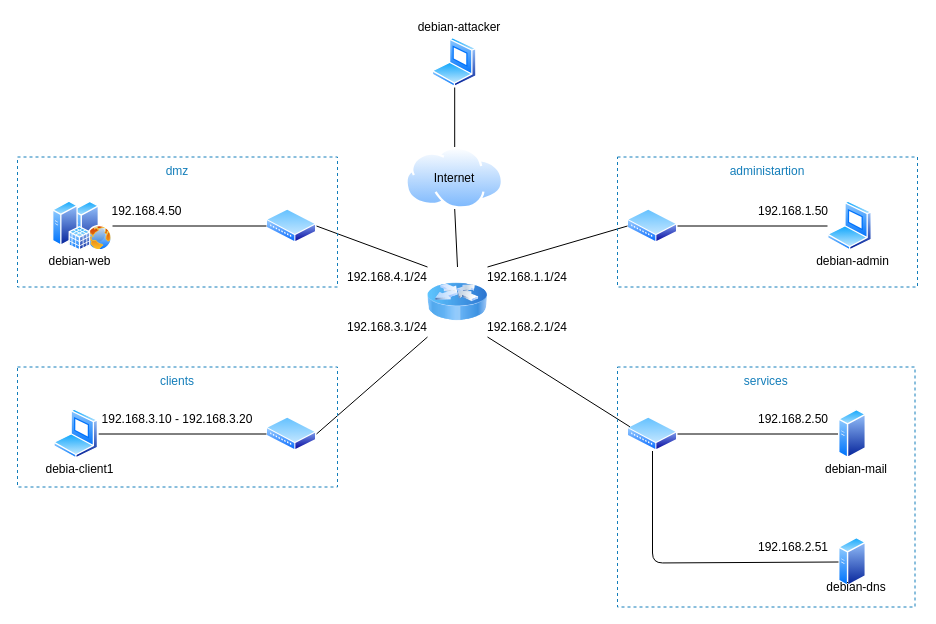
Sevla8/IT-crisis keeps this draw.io diagram as presentation/si.drawio. Above is the earlier version. Source tidied: cells renumbered, new cells numbered last; positions are measured from the earlier drawing's top-left corner, leaving out a move shared by most shapes. Both pictures are drawn from the tidied source at 100%, with x=0, y=0 at pixel (17, 17).
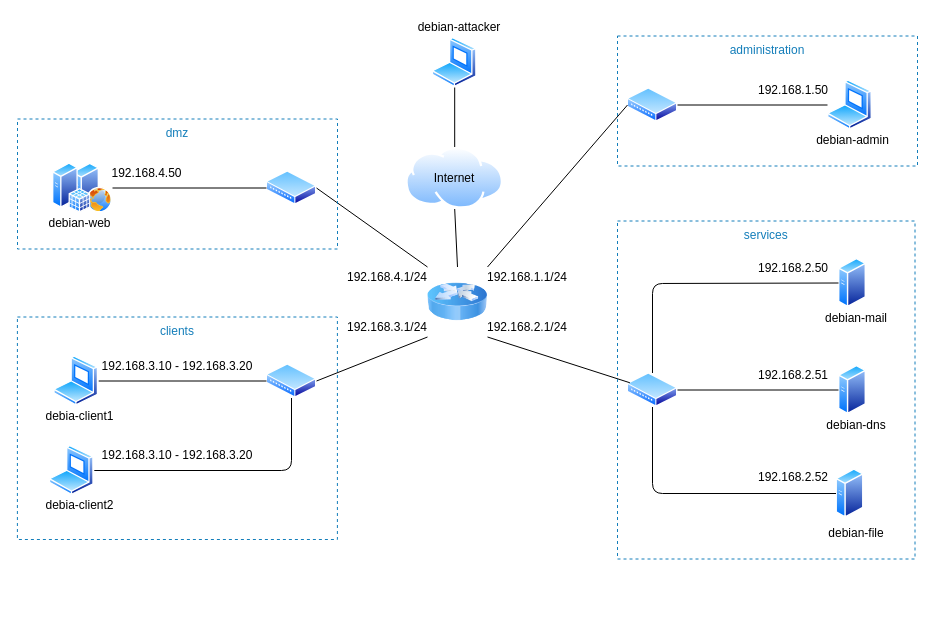
Above is the later version.

The edit, as a diff of the source:
```diff
@@
     <mxCell id="2" style="perimeter=ellipsePerimeter;html=1;align=center;shadow=0;dashed=0;spacingTop=3;image;image=img/lib/active_directory/laptop_client.svg;" parent="1" vertex="1">
-      <mxGeometry x="810" y="183.5" width="45" height="50" as="geometry" />
+      <mxGeometry x="810" y="62.5" width="45" height="50" as="geometry" />
     </mxCell>
     <mxCell id="3" style="perimeter=ellipsePerimeter;html=1;align=center;shadow=0;dashed=0;spacingTop=3;image;image=img/lib/active_directory/web_server.svg;" parent="1" vertex="1">
-      <mxGeometry x="55" y="183.5" width="40" height="50" as="geometry" />
+      <mxGeometry x="55" y="145.5" width="40" height="50" as="geometry" />
     </mxCell>
     <mxCell id="4" style="perimeter=ellipsePerimeter;html=1;align=center;shadow=0;dashed=0;spacingTop=3;image;image=img/lib/active_directory/generic_server.svg;" parent="1" vertex="1">
-      <mxGeometry x="821" y="519.5" width="28" height="50" as="geometry" />
+      <mxGeometry x="821" y="347.5" width="28" height="50" as="geometry" />
     </mxCell>
@@
     <mxCell id="6" style="perimeter=ellipsePerimeter;html=1;align=center;shadow=0;dashed=0;spacingTop=3;image;image=img/lib/active_directory/wiring_hub.svg;" parent="1" vertex="1">
-      <mxGeometry x="610" y="191.5" width="50" height="34" as="geometry" />
+      <mxGeometry x="610" y="70.5" width="50" height="34" as="geometry" />
     </mxCell>
     <mxCell id="7" style="perimeter=ellipsePerimeter;html=1;align=center;shadow=0;dashed=0;spacingTop=3;image;image=img/lib/active_directory/wiring_hub.svg;" parent="1" vertex="1">
-      <mxGeometry x="249" y="191.5" width="50" height="34" as="geometry" />
+      <mxGeometry x="249" y="153.5" width="50" height="34" as="geometry" />
     </mxCell>
@@
     <mxCell id="11" style="perimeter=ellipsePerimeter;html=1;align=center;shadow=0;dashed=0;spacingTop=3;image;image=img/lib/active_directory/sql_server.svg;" parent="1" vertex="1">
-      <mxGeometry x="35" y="183.5" width="38.5" height="50" as="geometry" />
+      <mxGeometry x="35" y="145.5" width="38.5" height="50" as="geometry" />
     </mxCell>
@@
     <mxCell id="14" value="debian-admin" style="text;html=1;strokeColor=none;fillColor=none;align=center;verticalAlign=middle;whiteSpace=wrap;rounded=0;" parent="1" vertex="1">
-      <mxGeometry x="797.5" y="233.5" width="75" height="20" as="geometry" />
+      <mxGeometry x="797.5" y="112.5" width="75" height="20" as="geometry" />
     </mxCell>
     <mxCell id="15" style="perimeter=ellipsePerimeter;html=1;align=center;shadow=0;dashed=0;spacingTop=3;image;image=img/lib/active_directory/wiring_hub.svg;" parent="1" vertex="1">
-      <mxGeometry x="610" y="399.5" width="50" height="34" as="geometry" />
+      <mxGeometry x="610" y="355.5" width="50" height="34" as="geometry" />
     </mxCell>
     <mxCell id="16" style="perimeter=ellipsePerimeter;html=1;align=center;shadow=0;dashed=0;spacingTop=3;image;image=img/lib/active_directory/wiring_hub.svg;" parent="1" vertex="1">
-      <mxGeometry x="249" y="399.5" width="50" height="34" as="geometry" />
+      <mxGeometry x="249" y="346.5" width="50" height="34" as="geometry" />
     </mxCell>
@@
-    <mxCell id="18" value="administartion" style="fillColor=none;strokeColor=#147EBA;dashed=1;verticalAlign=top;fontStyle=0;fontColor=#147EBA;" parent="1" vertex="1">
-      <mxGeometry x="600" y="139.5" width="300" height="130" as="geometry" />
+    <mxCell id="18" value="administration" style="fillColor=none;strokeColor=#147EBA;dashed=1;verticalAlign=top;fontStyle=0;fontColor=#147EBA;" parent="1" vertex="1">
+      <mxGeometry x="600" y="18.5" width="300" height="130" as="geometry" />
     </mxCell>
@@
-    <mxCell id="23" value="services" style="fillColor=none;strokeColor=#147EBA;dashed=1;verticalAlign=top;fontStyle=0;fontColor=#147EBA;" parent="1" vertex="1">
-      <mxGeometry x="600" y="349.5" width="297.5" height="240" as="geometry" />
-    </mxCell>
     <mxCell id="24" value="debian-mail" style="text;html=1;strokeColor=none;fillColor=none;align=center;verticalAlign=middle;whiteSpace=wrap;rounded=0;" parent="1" vertex="1">
-      <mxGeometry x="800" y="441.5" width="77.5" height="20" as="geometry" />
+      <mxGeometry x="800" y="290.5" width="77.5" height="20" as="geometry" />
     </mxCell>
     <mxCell id="25" value="debian-dns" style="text;html=1;strokeColor=none;fillColor=none;align=center;verticalAlign=middle;whiteSpace=wrap;rounded=0;" parent="1" vertex="1">
-      <mxGeometry x="800" y="559.5" width="77.5" height="20" as="geometry" />
+      <mxGeometry x="800" y="397.5" width="77.5" height="20" as="geometry" />
     </mxCell>
-    <mxCell id="26" style="endArrow=none;html=1;entryX=1;entryY=0.5;entryDx=0;entryDy=0;exitX=0;exitY=0.5;exitDx=0;exitDy=0;" parent="1" edge="1" source="35" target="15">
-      <mxGeometry relative="1" as="geometry" />
-    </mxCell>
-    <mxCell id="27" style="endArrow=none;html=1;entryX=0.5;entryY=1;entryDx=0;entryDy=0;exitX=0;exitY=0.5;exitDx=0;exitDy=0;" parent="1" edge="1" source="4" target="15">
-      <mxGeometry relative="1" as="geometry">
-        <Array as="points">
-          <mxPoint x="635" y="545.5" />
-        </Array>
-      </mxGeometry>
-    </mxCell>
     <mxCell id="28" value="192.168.1.50" style="text;html=1;strokeColor=none;fillColor=none;align=center;verticalAlign=middle;whiteSpace=wrap;rounded=0;" parent="1" vertex="1">
-      <mxGeometry x="736.2" y="183.5" width="80" height="20" as="geometry" />
+      <mxGeometry x="736.2" y="62.5" width="80" height="20" as="geometry" />
     </mxCell>
     <mxCell id="29" value="192.168.2.50" style="text;html=1;strokeColor=none;fillColor=none;align=center;verticalAlign=middle;whiteSpace=wrap;rounded=0;" parent="1" vertex="1">
-      <mxGeometry x="736.2" y="391.5" width="80" height="20" as="geometry" />
+      <mxGeometry x="736.2" y="240.5" width="80" height="20" as="geometry" />
     </mxCell>
     <mxCell id="30" value="192.168.2.51" style="text;html=1;strokeColor=none;fillColor=none;align=center;verticalAlign=middle;whiteSpace=wrap;rounded=0;" parent="1" vertex="1">
-      <mxGeometry x="736.2" y="519.5" width="80" height="20" as="geometry" />
+      <mxGeometry x="736.2" y="347.5" width="80" height="20" as="geometry" />
     </mxCell>
     <mxCell id="31" value="dmz" style="fillColor=none;strokeColor=#147EBA;dashed=1;verticalAlign=top;fontStyle=0;fontColor=#147EBA;" parent="1" vertex="1">
-      <mxGeometry y="139.5" width="320" height="130" as="geometry" />
+      <mxGeometry y="101.5" width="320" height="130" as="geometry" />
     </mxCell>
     <mxCell id="32" value="debian-web" style="text;html=1;strokeColor=none;fillColor=none;align=center;verticalAlign=middle;whiteSpace=wrap;rounded=0;" parent="1" vertex="1">
-      <mxGeometry x="30" y="233.5" width="65" height="20" as="geometry" />
+      <mxGeometry x="30" y="195.5" width="65" height="20" as="geometry" />
     </mxCell>
     <mxCell id="33" value="192.168.4.50" style="text;html=1;strokeColor=none;fillColor=none;align=center;verticalAlign=middle;whiteSpace=wrap;rounded=0;" parent="1" vertex="1">
-      <mxGeometry x="87.5" y="183.5" width="82.5" height="20" as="geometry" />
+      <mxGeometry x="87.5" y="145.5" width="82.5" height="20" as="geometry" />
     </mxCell>
     <mxCell id="34" style="perimeter=ellipsePerimeter;html=1;align=center;shadow=0;dashed=0;spacingTop=3;image;image=img/lib/active_directory/laptop_client.svg;" parent="1" vertex="1">
-      <mxGeometry x="36.2" y="391.5" width="45" height="50" as="geometry" />
+      <mxGeometry x="36.2" y="338.5" width="45" height="50" as="geometry" />
     </mxCell>
     <mxCell id="35" style="perimeter=ellipsePerimeter;html=1;align=center;shadow=0;dashed=0;spacingTop=3;image;image=img/lib/active_directory/generic_server.svg;" parent="1" vertex="1">
-      <mxGeometry x="821" y="391.5" width="28" height="50" as="geometry" />
+      <mxGeometry x="821" y="240.5" width="28" height="50" as="geometry" />
     </mxCell>
     <mxCell id="36" value="debia-client1" style="text;html=1;strokeColor=none;fillColor=none;align=center;verticalAlign=middle;whiteSpace=wrap;rounded=0;" parent="1" vertex="1">
-      <mxGeometry x="21.2" y="441.5" width="82.5" height="20" as="geometry" />
+      <mxGeometry x="21.2" y="388.5" width="82.5" height="20" as="geometry" />
     </mxCell>
@@
     <mxCell id="39" value="192.168.3.10 - 192.168.3.20" style="text;html=1;strokeColor=none;fillColor=none;align=center;verticalAlign=middle;whiteSpace=wrap;rounded=0;" parent="1" vertex="1">
-      <mxGeometry x="70" y="391.5" width="180" height="20" as="geometry" />
+      <mxGeometry x="70" y="338.5" width="180" height="20" as="geometry" />
     </mxCell>
@@
     <mxCell id="42" value="clients" style="fillColor=none;strokeColor=#147EBA;dashed=1;verticalAlign=top;fontStyle=0;fontColor=#147EBA;" parent="1" vertex="1">
-      <mxGeometry y="349.5" width="320" height="120" as="geometry" />
+      <mxGeometry x="-0.1" y="299.5" width="320" height="222.5" as="geometry" />
     </mxCell>
@@
+    <mxCell id="46" style="perimeter=ellipsePerimeter;html=1;align=center;shadow=0;dashed=0;spacingTop=3;image;image=img/lib/active_directory/generic_server.svg;" parent="1" vertex="1">
+      <mxGeometry x="818.5" y="451" width="28" height="50" as="geometry" />
+    </mxCell>
+    <mxCell id="47" value="debian-file" style="text;html=1;strokeColor=none;fillColor=none;align=center;verticalAlign=middle;whiteSpace=wrap;rounded=0;" parent="1" vertex="1">
+      <mxGeometry x="798.8" y="506" width="80" height="20" as="geometry" />
+    </mxCell>
+    <mxCell id="48" value="192.168.2.52" style="text;html=1;strokeColor=none;fillColor=none;align=center;verticalAlign=middle;whiteSpace=wrap;rounded=0;" parent="1" vertex="1">
+      <mxGeometry x="736" y="449.5" width="80" height="20" as="geometry" />
+    </mxCell>
+    <mxCell id="49" style="endArrow=none;html=1;exitX=0.5;exitY=0;exitDx=0;exitDy=0;entryX=0;entryY=0.5;entryDx=0;entryDy=0;" parent="1" edge="1" source="15" target="35">
+      <mxGeometry relative="1" as="geometry">
+        <Array as="points">
+          <mxPoint x="635" y="266" />
+        </Array>
+      </mxGeometry>
+    </mxCell>
+    <mxCell id="50" style="endArrow=none;html=1;exitX=0.5;exitY=1;exitDx=0;exitDy=0;entryX=0;entryY=0.5;entryDx=0;entryDy=0;" parent="1" edge="1" source="15" target="46">
+      <mxGeometry relative="1" as="geometry">
+        <Array as="points">
+          <mxPoint x="635" y="476" />
+        </Array>
+      </mxGeometry>
+    </mxCell>
+    <mxCell id="23" value="services" style="fillColor=none;strokeColor=#147EBA;dashed=1;verticalAlign=top;fontStyle=0;fontColor=#147EBA;" parent="1" vertex="1">
+      <mxGeometry x="600" y="203.5" width="297.5" height="338" as="geometry" />
+    </mxCell>
+    <mxCell id="51" style="endArrow=none;html=1;exitX=1;exitY=0.5;exitDx=0;exitDy=0;entryX=0;entryY=0.5;entryDx=0;entryDy=0;" parent="1" edge="1" source="15" target="4">
+      <mxGeometry relative="1" as="geometry" />
+    </mxCell>
+    <mxCell id="52" style="perimeter=ellipsePerimeter;html=1;align=center;shadow=0;dashed=0;spacingTop=3;image;image=img/lib/active_directory/laptop_client.svg;" parent="1" vertex="1">
+      <mxGeometry x="31.8" y="428" width="45" height="50" as="geometry" />
+    </mxCell>
+    <mxCell id="53" value="debia-client2" style="text;html=1;strokeColor=none;fillColor=none;align=center;verticalAlign=middle;whiteSpace=wrap;rounded=0;" parent="1" vertex="1">
+      <mxGeometry x="21.1" y="478" width="82.5" height="20" as="geometry" />
+    </mxCell>
+    <mxCell id="54" value="192.168.3.10 - 192.168.3.20" style="text;html=1;strokeColor=none;fillColor=none;align=center;verticalAlign=middle;whiteSpace=wrap;rounded=0;" parent="1" vertex="1">
+      <mxGeometry x="69.9" y="428" width="180" height="20" as="geometry" />
+    </mxCell>
+    <mxCell id="55" style="endArrow=none;html=1;entryX=1;entryY=0.5;entryDx=0;entryDy=0;exitX=0.5;exitY=1;exitDx=0;exitDy=0;" parent="1" edge="1" source="16" target="52">
+      <mxGeometry relative="1" as="geometry">
+        <Array as="points">
+          <mxPoint x="274" y="453" />
+        </Array>
+      </mxGeometry>
+    </mxCell>
```
